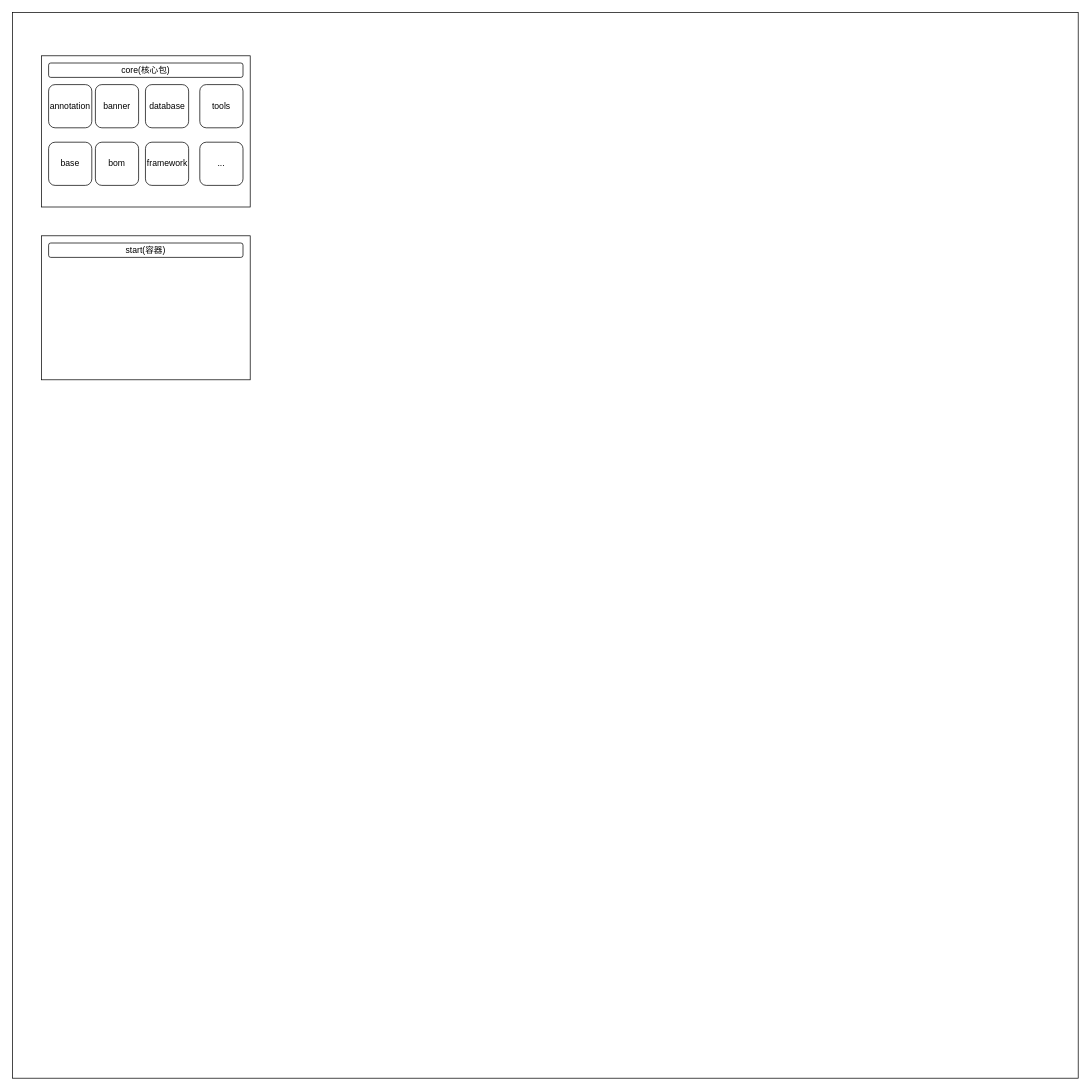
Above: 未命名绘图.drawio in stoneNyKing/design (draw.io), before the change. Source tidied: cells renumbered, new cells numbered last; positions are measured from the earlier drawing's top-left corner, leaving out a move shared by most shapes. Both pictures are drawn from the tidied source at 72%, with x=0, y=0 at pixel (12, 12).
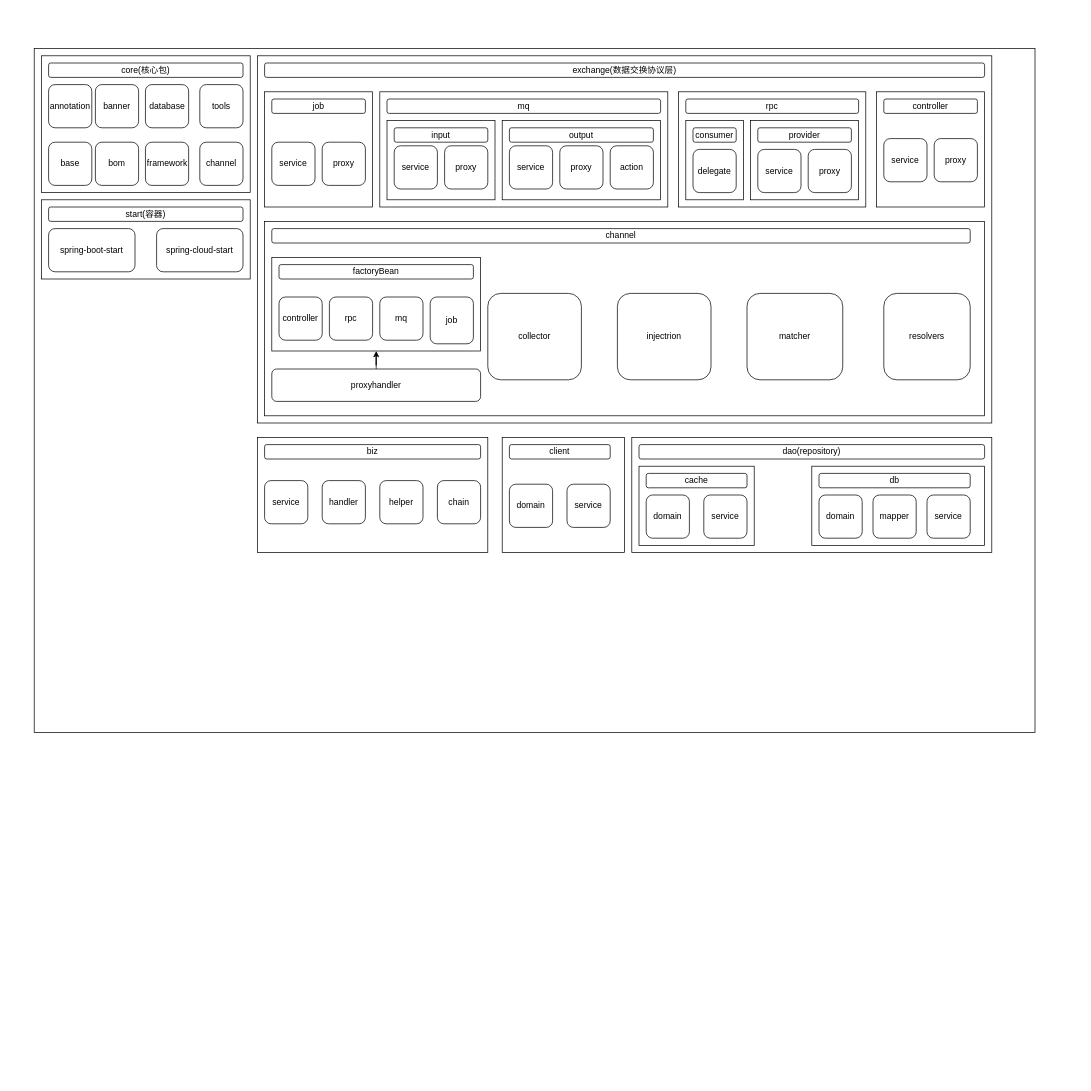
After the change.

Commit message:
更新未命名绘图.drawio

What changed in the source:
```diff
@@
     <mxCell id="2" style="whiteSpace=wrap;html=1;" parent="1" vertex="1">
-      <mxGeometry width="1480" height="1480" as="geometry" />
+      <mxGeometry x="30" y="50" width="1390" height="950" as="geometry" />
     </mxCell>
     <mxCell id="3" style="rounded=0;whiteSpace=wrap;html=1;" parent="1" vertex="1">
-      <mxGeometry x="40" y="60" width="290" height="210" as="geometry" />
+      <mxGeometry x="40" y="60" width="290" height="190" as="geometry" />
     </mxCell>
@@
-    <mxCell id="12" value="..." style="whiteSpace=wrap;html=1;rounded=1;" parent="1" vertex="1">
+    <mxCell id="12" value="channel" style="whiteSpace=wrap;html=1;rounded=1;" parent="1" vertex="1">
       <mxGeometry x="260" y="180" width="60" height="60" as="geometry" />
     </mxCell>
     <mxCell id="13" style="rounded=0;whiteSpace=wrap;html=1;" parent="1" vertex="1">
-      <mxGeometry x="40" y="310" width="290" height="200" as="geometry" />
+      <mxGeometry x="40" y="260" width="290" height="110" as="geometry" />
     </mxCell>
     <mxCell id="14" value="start(容器)" style="rounded=1;whiteSpace=wrap;html=1;" parent="1" vertex="1">
-      <mxGeometry x="50" y="320" width="270" height="20" as="geometry" />
+      <mxGeometry x="50" y="270" width="270" height="20" as="geometry" />
     </mxCell>
+    <mxCell id="15" value="spring-boot-start" style="rounded=1;whiteSpace=wrap;html=1;" parent="1" vertex="1">
+      <mxGeometry x="50" y="300" width="120" height="60" as="geometry" />
+    </mxCell>
+    <mxCell id="16" value="spring-cloud-start" style="rounded=1;whiteSpace=wrap;html=1;" parent="1" vertex="1">
+      <mxGeometry x="200" y="300" width="120" height="60" as="geometry" />
+    </mxCell>
+    <mxCell id="17" style="rounded=0;whiteSpace=wrap;html=1;" parent="1" vertex="1">
+      <mxGeometry x="340" y="590" width="320" height="160" as="geometry" />
+    </mxCell>
+    <mxCell id="18" value="biz" style="rounded=1;whiteSpace=wrap;html=1;" parent="1" vertex="1">
+      <mxGeometry x="350" y="600" width="300" height="20" as="geometry" />
+    </mxCell>
+    <mxCell id="19" value="service" style="rounded=1;whiteSpace=wrap;html=1;" parent="1" vertex="1">
+      <mxGeometry x="350" y="650" width="60" height="60" as="geometry" />
+    </mxCell>
+    <mxCell id="20" value="handler" style="rounded=1;whiteSpace=wrap;html=1;" parent="1" vertex="1">
+      <mxGeometry x="430" y="650" width="60" height="60" as="geometry" />
+    </mxCell>
+    <mxCell id="21" value="helper" style="rounded=1;whiteSpace=wrap;html=1;" parent="1" vertex="1">
+      <mxGeometry x="510" y="650" width="60" height="60" as="geometry" />
+    </mxCell>
+    <mxCell id="22" value="chain" style="rounded=1;whiteSpace=wrap;html=1;" parent="1" vertex="1">
+      <mxGeometry x="590" y="650" width="60" height="60" as="geometry" />
+    </mxCell>
+    <mxCell id="23" style="rounded=0;whiteSpace=wrap;html=1;" parent="1" vertex="1">
+      <mxGeometry x="680" y="590" width="170" height="160" as="geometry" />
+    </mxCell>
+    <mxCell id="24" value="client" style="rounded=1;whiteSpace=wrap;html=1;" parent="1" vertex="1">
+      <mxGeometry x="690" y="600" width="140" height="20" as="geometry" />
+    </mxCell>
+    <mxCell id="25" value="domain" style="rounded=1;whiteSpace=wrap;html=1;" parent="1" vertex="1">
+      <mxGeometry x="690" y="655" width="60" height="60" as="geometry" />
+    </mxCell>
+    <mxCell id="26" value="service" style="rounded=1;whiteSpace=wrap;html=1;" parent="1" vertex="1">
+      <mxGeometry x="770" y="655" width="60" height="60" as="geometry" />
+    </mxCell>
+    <mxCell id="27" style="rounded=0;whiteSpace=wrap;html=1;" parent="1" vertex="1">
+      <mxGeometry x="860" y="590" width="500" height="160" as="geometry" />
+    </mxCell>
+    <mxCell id="28" value="dao(repository)" style="rounded=1;whiteSpace=wrap;html=1;" parent="1" vertex="1">
+      <mxGeometry x="870" y="600" width="480" height="20" as="geometry" />
+    </mxCell>
+    <mxCell id="29" style="rounded=0;whiteSpace=wrap;html=1;" parent="1" vertex="1">
+      <mxGeometry x="870" y="630" width="160" height="110" as="geometry" />
+    </mxCell>
+    <mxCell id="30" value="cache" style="rounded=1;whiteSpace=wrap;html=1;" parent="1" vertex="1">
+      <mxGeometry x="880" y="640" width="140" height="20" as="geometry" />
+    </mxCell>
+    <mxCell id="31" style="rounded=0;whiteSpace=wrap;html=1;" parent="1" vertex="1">
+      <mxGeometry x="1110" y="630" width="240" height="110" as="geometry" />
+    </mxCell>
+    <mxCell id="32" value="domain" style="rounded=1;whiteSpace=wrap;html=1;" parent="1" vertex="1">
+      <mxGeometry x="880" y="670" width="60" height="60" as="geometry" />
+    </mxCell>
+    <mxCell id="33" value="service" style="rounded=1;whiteSpace=wrap;html=1;" parent="1" vertex="1">
+      <mxGeometry x="960" y="670" width="60" height="60" as="geometry" />
+    </mxCell>
+    <mxCell id="34" value="db" style="rounded=1;whiteSpace=wrap;html=1;" parent="1" vertex="1">
+      <mxGeometry x="1120" y="640" width="210" height="20" as="geometry" />
+    </mxCell>
+    <mxCell id="35" value="domain" style="rounded=1;whiteSpace=wrap;html=1;" parent="1" vertex="1">
+      <mxGeometry x="1120" y="670" width="60" height="60" as="geometry" />
+    </mxCell>
+    <mxCell id="36" value="mapper" style="rounded=1;whiteSpace=wrap;html=1;" parent="1" vertex="1">
+      <mxGeometry x="1195" y="670" width="60" height="60" as="geometry" />
+    </mxCell>
+    <mxCell id="37" value="service" style="rounded=1;whiteSpace=wrap;html=1;" parent="1" vertex="1">
+      <mxGeometry x="1270" y="670" width="60" height="60" as="geometry" />
+    </mxCell>
+    <mxCell id="38" style="rounded=0;whiteSpace=wrap;html=1;" parent="1" vertex="1">
+      <mxGeometry x="340" y="60" width="1020" height="510" as="geometry" />
+    </mxCell>
+    <mxCell id="39" value="exchange(数据交换协议层)" style="rounded=1;whiteSpace=wrap;html=1;" parent="1" vertex="1">
+      <mxGeometry x="350" y="70" width="1000" height="20" as="geometry" />
+    </mxCell>
+    <mxCell id="40" style="rounded=0;whiteSpace=wrap;html=1;" parent="1" vertex="1">
+      <mxGeometry x="510" y="110" width="400" height="160" as="geometry" />
+    </mxCell>
+    <mxCell id="41" value="mq" style="rounded=1;whiteSpace=wrap;html=1;" parent="1" vertex="1">
+      <mxGeometry x="520" y="120" width="380" height="20" as="geometry" />
+    </mxCell>
+    <mxCell id="42" style="rounded=0;whiteSpace=wrap;html=1;" parent="1" vertex="1">
+      <mxGeometry x="925" y="110" width="260" height="160" as="geometry" />
+    </mxCell>
+    <mxCell id="43" value="rpc" style="rounded=1;whiteSpace=wrap;html=1;" parent="1" vertex="1">
+      <mxGeometry x="935" y="120" width="240" height="20" as="geometry" />
+    </mxCell>
+    <mxCell id="44" style="rounded=0;whiteSpace=wrap;html=1;" parent="1" vertex="1">
+      <mxGeometry x="935" y="150" width="80" height="110" as="geometry" />
+    </mxCell>
+    <mxCell id="45" value="consumer" style="rounded=1;whiteSpace=wrap;html=1;" parent="1" vertex="1">
+      <mxGeometry x="945" y="160" width="60" height="20" as="geometry" />
+    </mxCell>
+    <mxCell id="46" style="rounded=0;whiteSpace=wrap;html=1;" parent="1" vertex="1">
+      <mxGeometry x="1025" y="150" width="150" height="110" as="geometry" />
+    </mxCell>
+    <mxCell id="47" value="provider" style="rounded=1;whiteSpace=wrap;html=1;" parent="1" vertex="1">
+      <mxGeometry x="1035" y="160" width="130" height="20" as="geometry" />
+    </mxCell>
+    <mxCell id="48" value="service" style="rounded=1;whiteSpace=wrap;html=1;" parent="1" vertex="1">
+      <mxGeometry x="1035" y="190" width="60" height="60" as="geometry" />
+    </mxCell>
+    <mxCell id="49" value="proxy" style="rounded=1;whiteSpace=wrap;html=1;" parent="1" vertex="1">
+      <mxGeometry x="1105" y="190" width="60" height="60" as="geometry" />
+    </mxCell>
+    <mxCell id="50" value="delegate" style="rounded=1;whiteSpace=wrap;html=1;" parent="1" vertex="1">
+      <mxGeometry x="945" y="190" width="60" height="60" as="geometry" />
+    </mxCell>
+    <mxCell id="51" style="rounded=0;whiteSpace=wrap;html=1;" parent="1" vertex="1">
+      <mxGeometry x="350" y="110" width="150" height="160" as="geometry" />
+    </mxCell>
+    <mxCell id="52" value="job" style="rounded=1;whiteSpace=wrap;html=1;" parent="1" vertex="1">
+      <mxGeometry x="360" y="120" width="130" height="20" as="geometry" />
+    </mxCell>
+    <mxCell id="53" value="service" style="rounded=1;whiteSpace=wrap;html=1;" parent="1" vertex="1">
+      <mxGeometry x="360" y="180" width="60" height="60" as="geometry" />
+    </mxCell>
+    <mxCell id="54" value="proxy" style="rounded=1;whiteSpace=wrap;html=1;" parent="1" vertex="1">
+      <mxGeometry x="430" y="180" width="60" height="60" as="geometry" />
+    </mxCell>
+    <mxCell id="55" style="rounded=0;whiteSpace=wrap;html=1;" parent="1" vertex="1">
+      <mxGeometry x="520" y="150" width="150" height="110" as="geometry" />
+    </mxCell>
+    <mxCell id="56" value="input" style="rounded=1;whiteSpace=wrap;html=1;" parent="1" vertex="1">
+      <mxGeometry x="530" y="160" width="130" height="20" as="geometry" />
+    </mxCell>
+    <mxCell id="57" value="service" style="rounded=1;whiteSpace=wrap;html=1;" parent="1" vertex="1">
+      <mxGeometry x="530" y="185" width="60" height="60" as="geometry" />
+    </mxCell>
+    <mxCell id="58" value="proxy" style="rounded=1;whiteSpace=wrap;html=1;" parent="1" vertex="1">
+      <mxGeometry x="600" y="185" width="60" height="60" as="geometry" />
+    </mxCell>
+    <mxCell id="59" style="rounded=0;whiteSpace=wrap;html=1;" parent="1" vertex="1">
+      <mxGeometry x="680" y="150" width="220" height="110" as="geometry" />
+    </mxCell>
+    <mxCell id="60" value="output" style="rounded=1;whiteSpace=wrap;html=1;" parent="1" vertex="1">
+      <mxGeometry x="690" y="160" width="200" height="20" as="geometry" />
+    </mxCell>
+    <mxCell id="61" value="service" style="rounded=1;whiteSpace=wrap;html=1;" parent="1" vertex="1">
+      <mxGeometry x="690" y="185" width="60" height="60" as="geometry" />
+    </mxCell>
+    <mxCell id="62" value="proxy" style="rounded=1;whiteSpace=wrap;html=1;" parent="1" vertex="1">
+      <mxGeometry x="760" y="185" width="60" height="60" as="geometry" />
+    </mxCell>
+    <mxCell id="63" value="action" style="rounded=1;whiteSpace=wrap;html=1;" parent="1" vertex="1">
+      <mxGeometry x="830" y="185" width="60" height="60" as="geometry" />
+    </mxCell>
+    <mxCell id="64" style="rounded=0;whiteSpace=wrap;html=1;" parent="1" vertex="1">
+      <mxGeometry x="1200" y="110" width="150" height="160" as="geometry" />
+    </mxCell>
+    <mxCell id="65" value="controller" style="rounded=1;whiteSpace=wrap;html=1;" parent="1" vertex="1">
+      <mxGeometry x="1210" y="120" width="130" height="20" as="geometry" />
+    </mxCell>
+    <mxCell id="66" value="service" style="rounded=1;whiteSpace=wrap;html=1;" parent="1" vertex="1">
+      <mxGeometry x="1210" y="175" width="60" height="60" as="geometry" />
+    </mxCell>
+    <mxCell id="67" value="proxy" style="rounded=1;whiteSpace=wrap;html=1;" parent="1" vertex="1">
+      <mxGeometry x="1280" y="175" width="60" height="60" as="geometry" />
+    </mxCell>
+    <mxCell id="68" style="rounded=0;whiteSpace=wrap;html=1;" parent="1" vertex="1">
+      <mxGeometry x="350" y="290" width="1000" height="270" as="geometry" />
+    </mxCell>
+    <mxCell id="69" value="channel" style="rounded=1;whiteSpace=wrap;html=1;" parent="1" vertex="1">
+      <mxGeometry x="360" y="300" width="970" height="20" as="geometry" />
+    </mxCell>
+    <mxCell id="70" value="collector" style="rounded=1;whiteSpace=wrap;html=1;" parent="1" vertex="1">
+      <mxGeometry x="660" y="390" width="130" height="120" as="geometry" />
+    </mxCell>
+    <mxCell id="71" value="injectrion" style="rounded=1;whiteSpace=wrap;html=1;" parent="1" vertex="1">
+      <mxGeometry x="840" y="390" width="130" height="120" as="geometry" />
+    </mxCell>
+    <mxCell id="72" value="matcher" style="rounded=1;whiteSpace=wrap;html=1;" parent="1" vertex="1">
+      <mxGeometry x="1020" y="390" width="133" height="120" as="geometry" />
+    </mxCell>
+    <mxCell id="73" value="resolvers" style="rounded=1;whiteSpace=wrap;html=1;" parent="1" vertex="1">
+      <mxGeometry x="1210" y="390" width="120" height="120" as="geometry" />
+    </mxCell>
+    <mxCell id="74" style="rounded=0;whiteSpace=wrap;html=1;" parent="1" vertex="1">
+      <mxGeometry x="360" y="340" width="290" height="130" as="geometry" />
+    </mxCell>
+    <mxCell id="75" value="factoryBean" style="rounded=1;whiteSpace=wrap;html=1;" parent="1" vertex="1">
+      <mxGeometry x="370" y="350" width="270" height="20" as="geometry" />
+    </mxCell>
+    <mxCell id="76" value="controller" style="rounded=1;whiteSpace=wrap;html=1;" parent="1" vertex="1">
+      <mxGeometry x="370" y="395" width="60" height="60" as="geometry" />
+    </mxCell>
+    <mxCell id="77" value="rpc" style="rounded=1;whiteSpace=wrap;html=1;" parent="1" vertex="1">
+      <mxGeometry x="440" y="395" width="60" height="60" as="geometry" />
+    </mxCell>
+    <mxCell id="78" value="mq" style="rounded=1;whiteSpace=wrap;html=1;" parent="1" vertex="1">
+      <mxGeometry x="510" y="395" width="60" height="60" as="geometry" />
+    </mxCell>
+    <mxCell id="79" value="job" style="rounded=1;whiteSpace=wrap;html=1;" parent="1" vertex="1">
+      <mxGeometry x="580" y="395" width="60" height="65" as="geometry" />
+    </mxCell>
+    <mxCell id="80" style="edgeStyle=orthogonalEdgeStyle;rounded=0;jettySize=auto;html=1;entryX=0.5;entryY=1;entryDx=0;entryDy=0;" parent="1" edge="1" source="81" target="74">
+      <mxGeometry relative="1" as="geometry" />
+    </mxCell>
+    <mxCell id="81" value="proxyhandler" style="rounded=1;whiteSpace=wrap;html=1;" parent="1" vertex="1">
+      <mxGeometry x="360" y="495" width="290" height="45" as="geometry" />
+    </mxCell>
```
